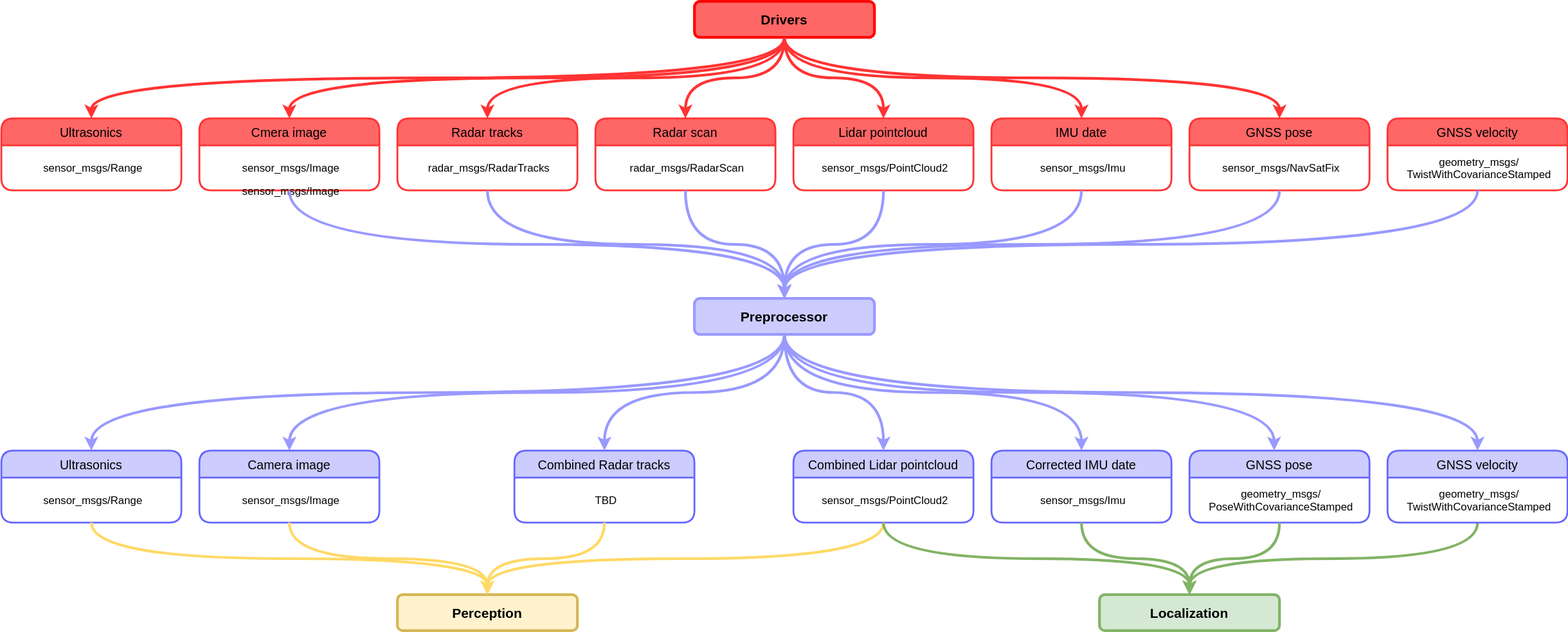
autowarefoundation/autoware-documentation keeps this draw.io diagram as docs/design/autoware-interfaces/components/images/Sensing-Bus-ODD-Architecture.drawio.svg. Above is the earlier version. Source tidied: cells renumbered, new cells last; positions are measured from the earlier drawing's top-left corner, leaving out a move shared by most shapes.
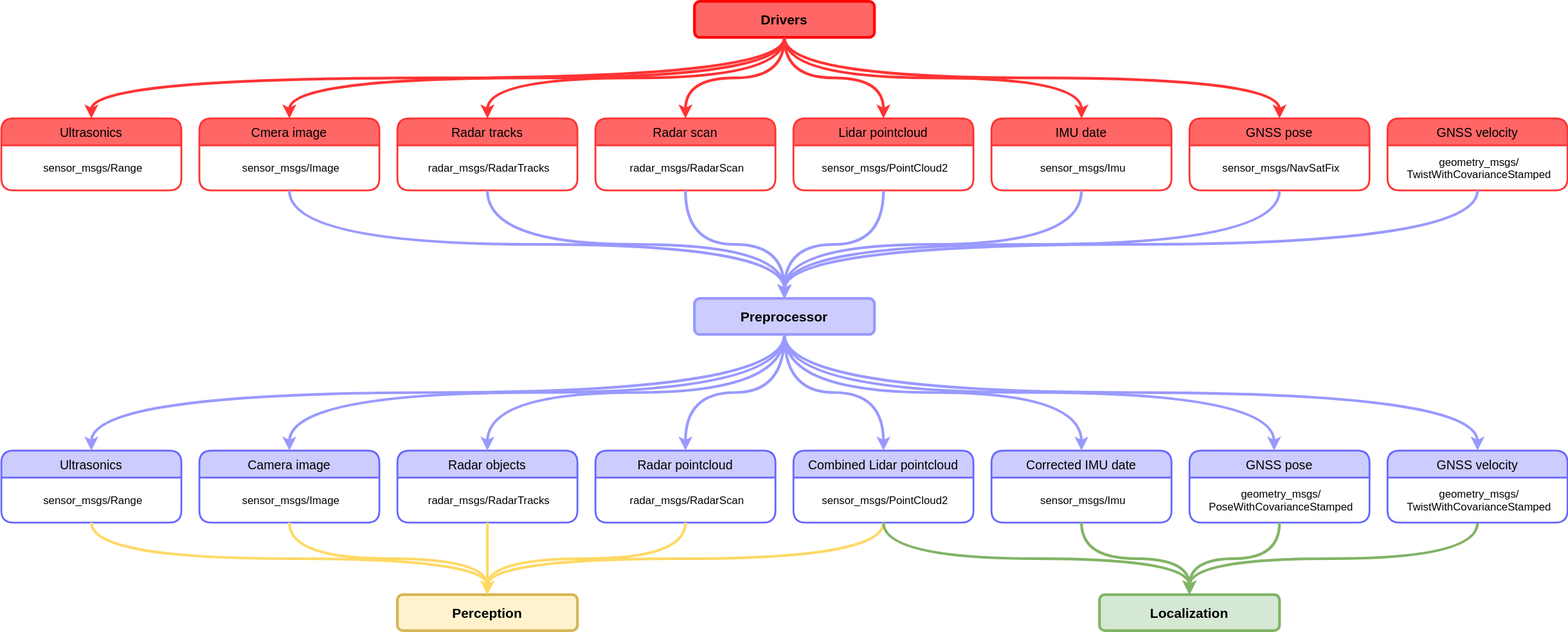
Above is the later version.

Commit message:
docs(design/autoware-interfaces): add radar description

Change to the diagram source:
```diff
@@ -44,10 +44,10 @@
     <mxCell id="15" style="edgeStyle=orthogonalEdgeStyle;curved=1;jettySize=auto;html=1;entryX=0.5;entryY=0;entryDx=0;entryDy=0;fontSize=15;strokeWidth=3;exitX=0.5;exitY=1;exitDx=0;exitDy=0;fillColor=#b0e3e6;strokeColor=#9999FF;" parent="1" edge="1" source="2" target="13">
       <mxGeometry relative="1" as="geometry" />
     </mxCell>
-    <mxCell id="16" value="Combined Radar tracks" style="swimlane;horizontal=1;startSize=30;rounded=1;fontSize=14;fontStyle=0;strokeWidth=2;shadow=0;dashed=0;align=center;fillColor=#CCCCFF;strokeColor=#6666FF;" parent="1" vertex="1">
-      <mxGeometry x="570" y="499" width="200" height="80" as="geometry" />
+    <mxCell id="16" value="Radar pointcloud" style="swimlane;horizontal=1;startSize=30;rounded=1;fontSize=14;fontStyle=0;strokeWidth=2;shadow=0;dashed=0;align=center;fillColor=#CCCCFF;strokeColor=#6666FF;" parent="1" vertex="1">
+      <mxGeometry x="660" y="499" width="200" height="80" as="geometry" />
     </mxCell>
-    <mxCell id="17" value="TBD" style="align=center;strokeColor=none;fillColor=none;spacingLeft=4;fontSize=12;verticalAlign=middle;" parent="16" vertex="1">
+    <mxCell id="17" value="radar_msgs/RadarScan" style="align=center;strokeColor=none;fillColor=none;spacingLeft=4;fontSize=12;verticalAlign=middle;" parent="16" vertex="1">
       <mxGeometry y="30" width="200" height="50" as="geometry" />
     </mxCell>
     <mxCell id="18" value="Lidar pointcloud" style="swimlane;horizontal=1;startSize=30;rounded=1;fontSize=14;fontStyle=0;strokeWidth=2;shadow=0;dashed=0;align=center;fillColor=#FF6666;strokeColor=#FF3333;" parent="1" vertex="1">
@@ -127,9 +127,6 @@
     <mxCell id="42" value="sensor_msgs/Image" style="align=center;strokeColor=none;fillColor=none;spacingLeft=4;fontSize=12;verticalAlign=middle;" parent="41" vertex="1">
       <mxGeometry y="30" width="200" height="50" as="geometry" />
     </mxCell>
-    <mxCell id="43" value="sensor_msgs/Image" style="align=center;strokeColor=none;fillColor=none;spacingLeft=4;fontSize=12;verticalAlign=middle;" parent="41" vertex="1">
-      <mxGeometry y="80" width="200" as="geometry" />
-    </mxCell>
     <mxCell id="44" style="edgeStyle=orthogonalEdgeStyle;curved=1;jettySize=auto;html=1;entryX=0.5;entryY=0;entryDx=0;entryDy=0;fontSize=15;strokeWidth=3;fillColor=#b0e3e6;strokeColor=#FF3333;exitX=0.5;exitY=1;exitDx=0;exitDy=0;" parent="1" edge="1" source="3" target="41">
       <mxGeometry relative="1" as="geometry" />
     </mxCell>
@@ -198,5 +195,17 @@
     <mxCell id="65" style="edgeStyle=orthogonalEdgeStyle;curved=1;jettySize=auto;html=1;entryX=0.5;entryY=0;entryDx=0;entryDy=0;fontSize=15;strokeWidth=3;exitX=0.5;exitY=1;exitDx=0;exitDy=0;fillColor=#b0e3e6;strokeColor=#9999FF;" parent="1" edge="1" source="64" target="2">
       <mxGeometry relative="1" as="geometry" />
     </mxCell>
+    <mxCell id="66" value="Radar objects" style="swimlane;horizontal=1;startSize=30;rounded=1;fontSize=14;fontStyle=0;strokeWidth=2;shadow=0;dashed=0;align=center;fillColor=#CCCCFF;strokeColor=#6666FF;" parent="1" vertex="1">
+      <mxGeometry x="440" y="499" width="200" height="80" as="geometry" />
+    </mxCell>
+    <mxCell id="67" value="radar_msgs/RadarTracks" style="align=center;strokeColor=none;fillColor=none;spacingLeft=4;fontSize=12;verticalAlign=middle;" parent="66" vertex="1">
+      <mxGeometry y="30" width="200" height="50" as="geometry" />
+    </mxCell>
+    <mxCell id="68" style="edgeStyle=orthogonalEdgeStyle;curved=1;jettySize=auto;html=1;entryX=0.5;entryY=0;entryDx=0;entryDy=0;fontSize=15;strokeWidth=3;fillColor=#b0e3e6;strokeColor=#9999FF;exitX=0.5;exitY=1;exitDx=0;exitDy=0;" parent="1" edge="1" source="2" target="66">
+      <mxGeometry relative="1" as="geometry" />
+    </mxCell>
+    <mxCell id="69" style="edgeStyle=orthogonalEdgeStyle;curved=1;jettySize=auto;html=1;fontSize=15;strokeWidth=3;fillColor=#FFD966;strokeColor=#FFD966;exitX=0.5;exitY=1;exitDx=0;exitDy=0;entryX=0.5;entryY=0;entryDx=0;entryDy=0;" parent="1" edge="1" source="67" target="36">
+      <mxGeometry relative="1" as="geometry" />
+    </mxCell>
   </root>
 </mxGraphModel>
```
